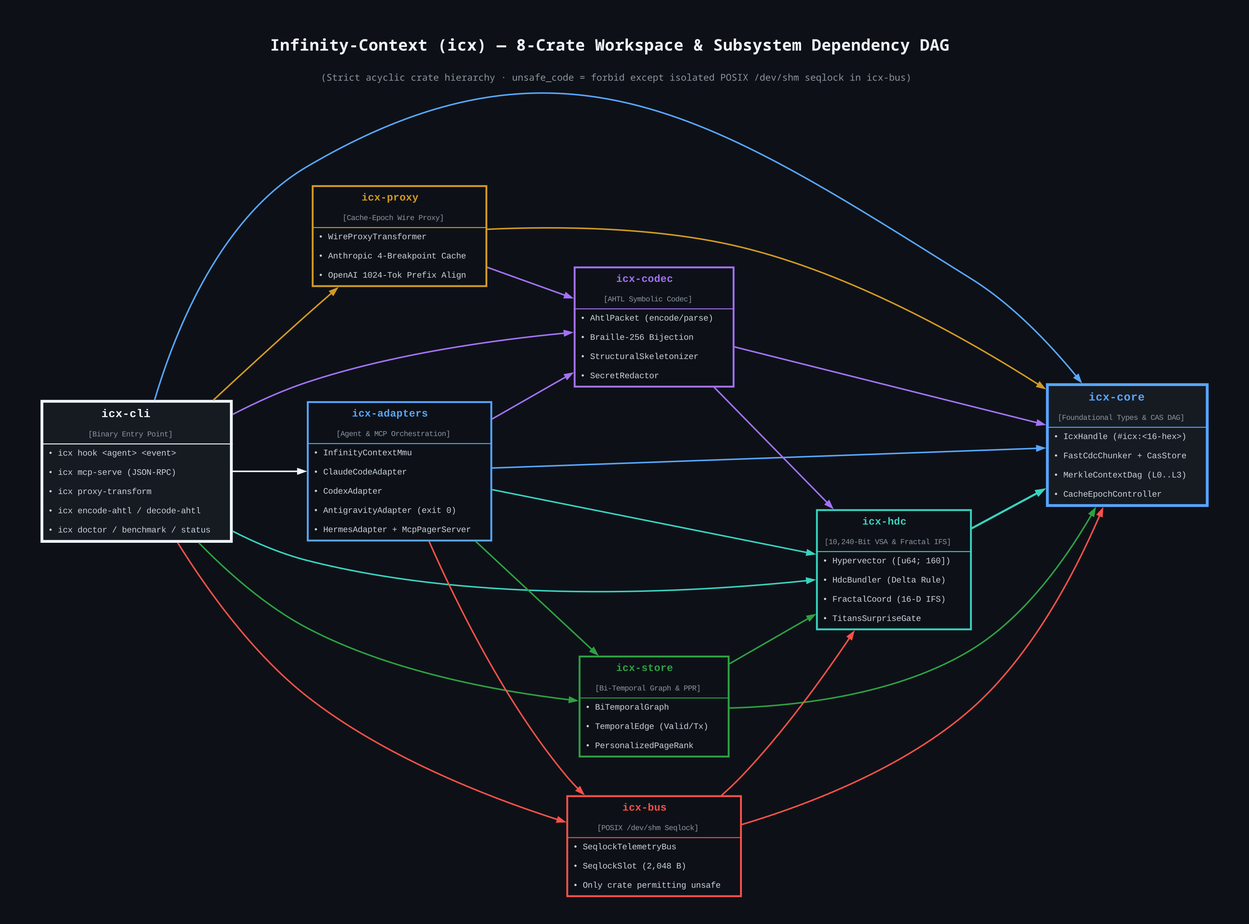
This is images/infinity-context-crate-graph.png from doublegate/Infinity-Context, a Graphviz export, as it was before one commit. Its source is kept beside it as images/infinity-context-crate-graph.dot.
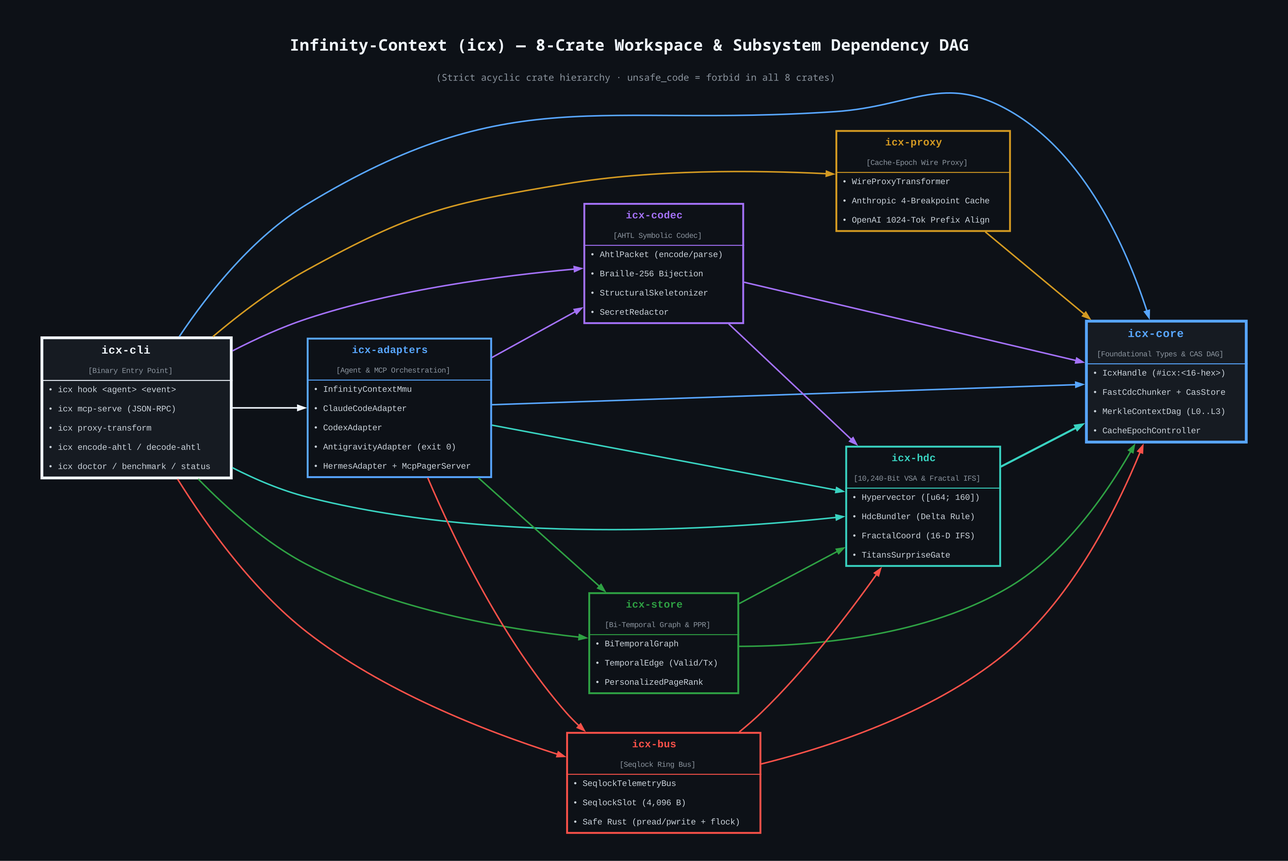
Later version of the same file.

The edit, as a diff of the source:
```diff
@@ -10,7 +10,7 @@
     label=<
         <TABLE BORDER="0" CELLBORDER="0" CELLSPACING="0" CELLPADDING="6">
         <TR><TD ALIGN="CENTER"><FONT COLOR="#f0f6fc" POINT-SIZE="17" FACE="JetBrains Mono,Consolas,monospace"><B>Infinity-Context (icx) &#8212; 8-Crate Workspace &amp; Subsystem Dependency DAG</B>&#160;&#160;&#160;</FONT></TD></TR>
-        <TR><TD ALIGN="CENTER"><FONT COLOR="#8b949e" POINT-SIZE="10" FACE="JetBrains Mono,Consolas,monospace">(Strict acyclic crate hierarchy &#183; unsafe_code = forbid except isolated POSIX /dev/shm seqlock in icx-bus)&#160;&#160;&#160;</FONT></TD></TR>
+        <TR><TD ALIGN="CENTER"><FONT COLOR="#8b949e" POINT-SIZE="10" FACE="JetBrains Mono,Consolas,monospace">(Strict acyclic crate hierarchy &#183; unsafe_code = forbid in all 8 crates)&#160;&#160;&#160;</FONT></TD></TR>
         </TABLE>>
 
     node [shape=none fontname="JetBrains Mono,Consolas,Courier New,monospace" fontsize=10 margin="0"]
@@ -74,11 +74,11 @@
     icx_bus [label=<
         <TABLE BORDER="2" CELLBORDER="0" CELLSPACING="0" CELLPADDING="5" COLOR="#f85149" BGCOLOR="#0d1117">
         <TR><TD ALIGN="CENTER"><FONT COLOR="#f85149" POINT-SIZE="11"><B>icx-bus</B>&#160;&#160;&#160;</FONT></TD></TR>
-        <TR><TD ALIGN="CENTER"><FONT COLOR="#8b949e" POINT-SIZE="8.5">[POSIX /dev/shm Seqlock]&#160;&#160;&#160;</FONT></TD></TR>
+        <TR><TD ALIGN="CENTER"><FONT COLOR="#8b949e" POINT-SIZE="8.5">[Seqlock Ring Bus]&#160;&#160;&#160;</FONT></TD></TR>
         <HR/>
         <TR><TD ALIGN="LEFT"><FONT COLOR="#c9d1d9" POINT-SIZE="9">&#8226; SeqlockTelemetryBus&#160;&#160;&#160;</FONT></TD></TR>
-        <TR><TD ALIGN="LEFT"><FONT COLOR="#c9d1d9" POINT-SIZE="9">&#8226; SeqlockSlot (2,048 B)&#160;&#160;&#160;</FONT></TD></TR>
-        <TR><TD ALIGN="LEFT"><FONT COLOR="#c9d1d9" POINT-SIZE="9">&#8226; Only crate permitting unsafe&#160;&#160;&#160;</FONT></TD></TR>
+        <TR><TD ALIGN="LEFT"><FONT COLOR="#c9d1d9" POINT-SIZE="9">&#8226; SeqlockSlot (4,096 B)&#160;&#160;&#160;</FONT></TD></TR>
+        <TR><TD ALIGN="LEFT"><FONT COLOR="#c9d1d9" POINT-SIZE="9">&#8226; Safe Rust (pread/pwrite + flock)&#160;&#160;&#160;</FONT></TD></TR>
         </TABLE>>]
 
     icx_hdc [label=<
@@ -117,7 +117,6 @@
     icx_adapters -> icx_hdc [color="#39d2c0" style=bold]
     icx_adapters -> icx_core [color="#58a6ff" style=bold]
 
-    icx_proxy -> icx_codec [color="#a371f7" style=bold]
     icx_proxy -> icx_core [color="#d29922" style=bold]
 
     icx_codec -> icx_hdc [color="#a371f7" style=bold]
```
